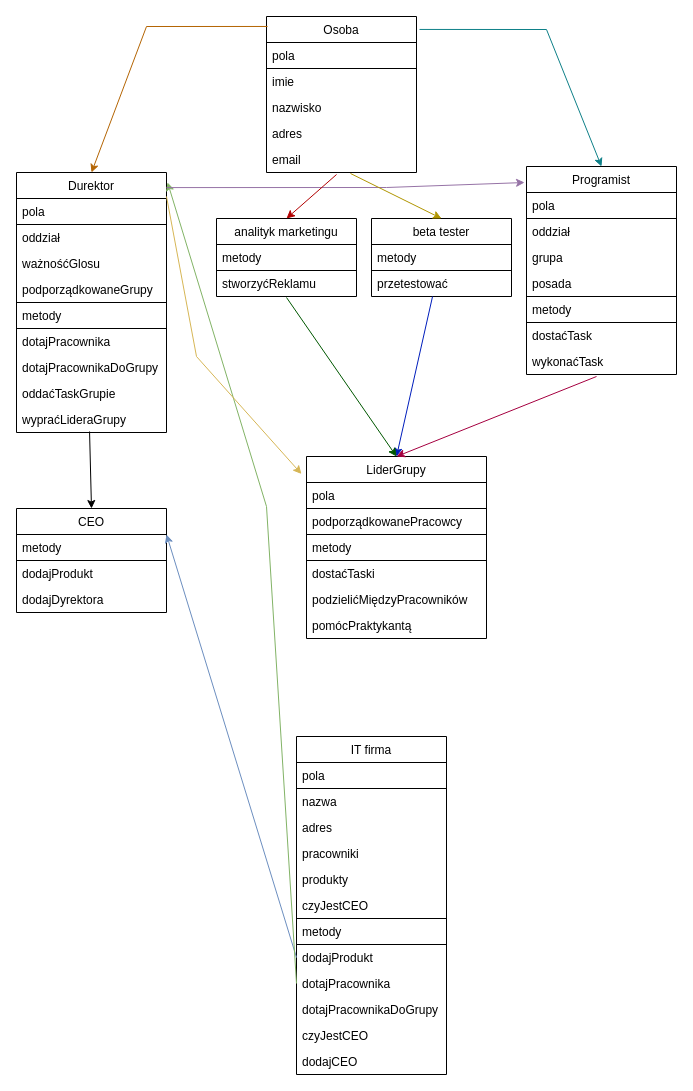
Above: project/project.drawio in HoutarouM/2pM (draw.io), before the change. Source tidied: cells renumbered, new cells numbered last; positions are measured from the earlier drawing's top-left corner, leaving out a move shared by most shapes. Both pictures are drawn from the tidied source at 100%, with x=0, y=0 at pixel (16, 16).
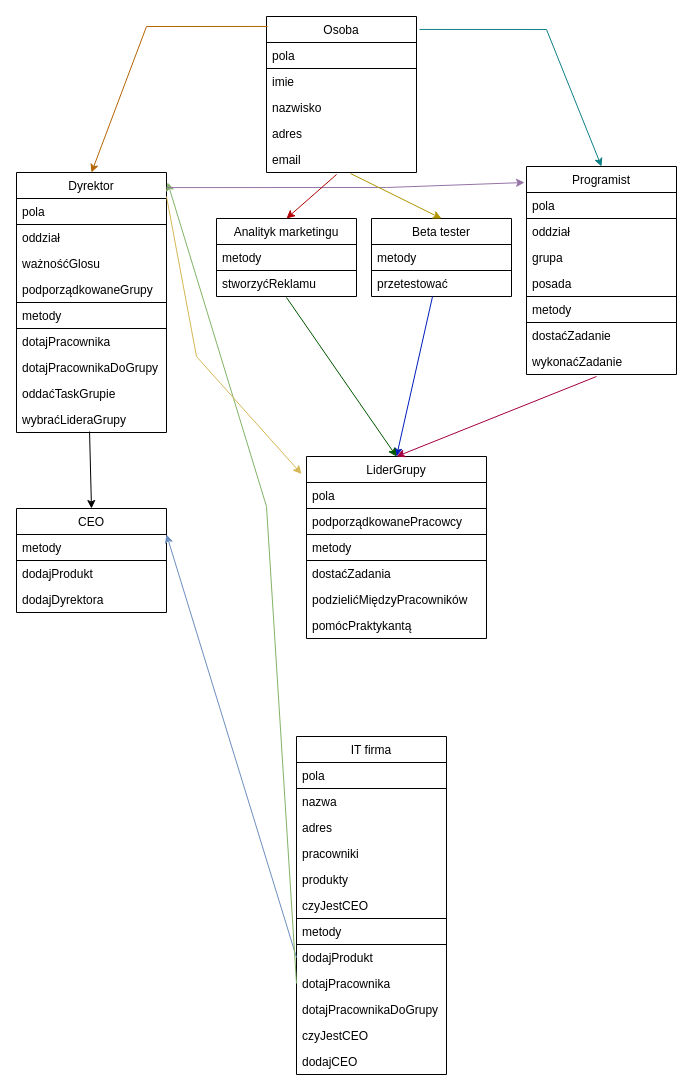
The same page after the edit.

The change refers to these unchanged cells:
```xml
<mxCell id="32" value="Programist" style="swimlane;fontStyle=0;horizontal=1;startSize=26;fillColor=none;" parent="1" vertex="1">
  <mxGeometry x="510" y="150" width="150" height="208" as="geometry" />
</mxCell>
<mxCell id="46" value="LiderGrupy" style="swimlane;fontStyle=0;horizontal=1;startSize=26;fillColor=none;" parent="1" vertex="1">
  <mxGeometry x="290" y="440" width="180" height="182" as="geometry" />
</mxCell>
```

Diff of the diagram source:
```diff
@@
-    <mxCell id="22" value="Durektor" style="swimlane;fontStyle=0;horizontal=1;startSize=26;fillColor=none;" parent="1" vertex="1">
+    <mxCell id="22" value="Dyrektor" style="swimlane;fontStyle=0;horizontal=1;startSize=26;fillColor=none;" parent="1" vertex="1">
       <mxGeometry y="156" width="150" height="260" as="geometry" />
     </mxCell>
@@
-    <mxCell id="31" value="wypraćLideraGrupy" style="text;strokeColor=none;fillColor=none;align=left;verticalAlign=top;spacingLeft=4;spacingRight=4;overflow=hidden;points=[[0,0.5],[1,0.5]];portConstraint=eastwest;" parent="22" vertex="1">
+    <mxCell id="31" value="wybraćLideraGrupy" style="text;strokeColor=none;fillColor=none;align=left;verticalAlign=top;spacingLeft=4;spacingRight=4;overflow=hidden;points=[[0,0.5],[1,0.5]];portConstraint=eastwest;" parent="22" vertex="1">
       <mxGeometry y="234" width="150" height="26" as="geometry" />
     </mxCell>
@@
-    <mxCell id="38" value="dostaćTask" style="text;strokeColor=none;fillColor=none;align=left;verticalAlign=top;spacingLeft=4;spacingRight=4;overflow=hidden;" parent="32" vertex="1">
+    <mxCell id="38" value="dostaćZadanie" style="text;strokeColor=none;fillColor=none;align=left;verticalAlign=top;spacingLeft=4;spacingRight=4;overflow=hidden;" parent="32" vertex="1">
       <mxGeometry y="156" width="150" height="26" as="geometry" />
     </mxCell>
-    <mxCell id="39" value="wykonaćTask" style="text;strokeColor=none;fillColor=none;align=left;verticalAlign=top;spacingLeft=4;spacingRight=4;overflow=hidden;" parent="32" vertex="1">
+    <mxCell id="39" value="wykonaćZadanie" style="text;strokeColor=none;fillColor=none;align=left;verticalAlign=top;spacingLeft=4;spacingRight=4;overflow=hidden;" parent="32" vertex="1">
       <mxGeometry y="182" width="150" height="26" as="geometry" />
     </mxCell>
@@
-    <mxCell id="50" value="dostaćTaski" style="text;strokeColor=none;fillColor=none;align=left;verticalAlign=top;spacingLeft=4;spacingRight=4;overflow=hidden;" parent="46" vertex="1">
+    <mxCell id="50" value="dostaćZadania" style="text;strokeColor=none;fillColor=none;align=left;verticalAlign=top;spacingLeft=4;spacingRight=4;overflow=hidden;" parent="46" vertex="1">
       <mxGeometry y="104" width="180" height="26" as="geometry" />
     </mxCell>
@@
-    <mxCell id="58" value="analityk marketingu" style="swimlane;fontStyle=0;horizontal=1;startSize=26;fillColor=none;" parent="1" vertex="1">
+    <mxCell id="58" value="Analityk marketingu" style="swimlane;fontStyle=0;horizontal=1;startSize=26;fillColor=none;" parent="1" vertex="1">
       <mxGeometry x="200" y="202" width="140" height="78" as="geometry" />
     </mxCell>
@@
-    <mxCell id="62" value="beta tester" style="swimlane;fontStyle=0;horizontal=1;startSize=26;fillColor=none;" parent="1" vertex="1">
+    <mxCell id="62" value="Beta tester" style="swimlane;fontStyle=0;horizontal=1;startSize=26;fillColor=none;" parent="1" vertex="1">
       <mxGeometry x="355" y="202" width="140" height="78" as="geometry" />
     </mxCell>
```
